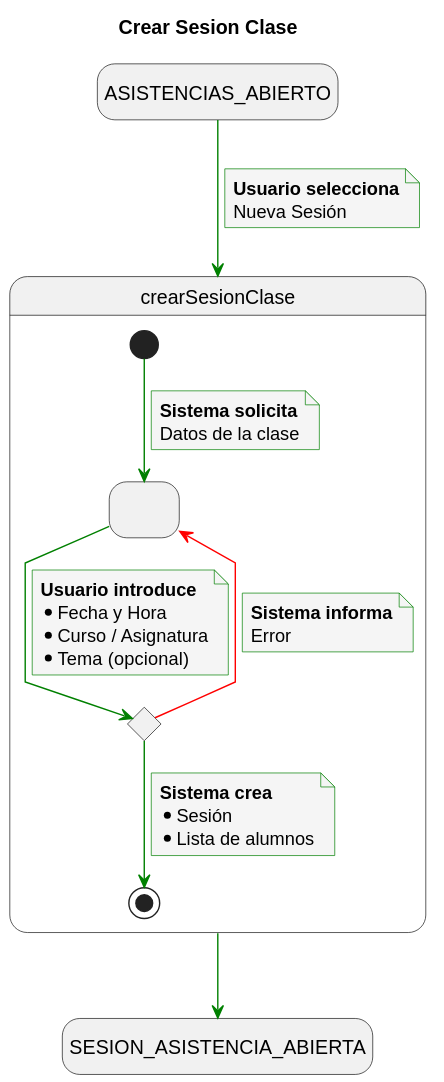
Above: documents/CasosDeUso/DetalladoCasosDeUso/Profesor/crearSesionClase.svg in enmabry/25-26-IdSw1-SdR (PlantUML), before the change.
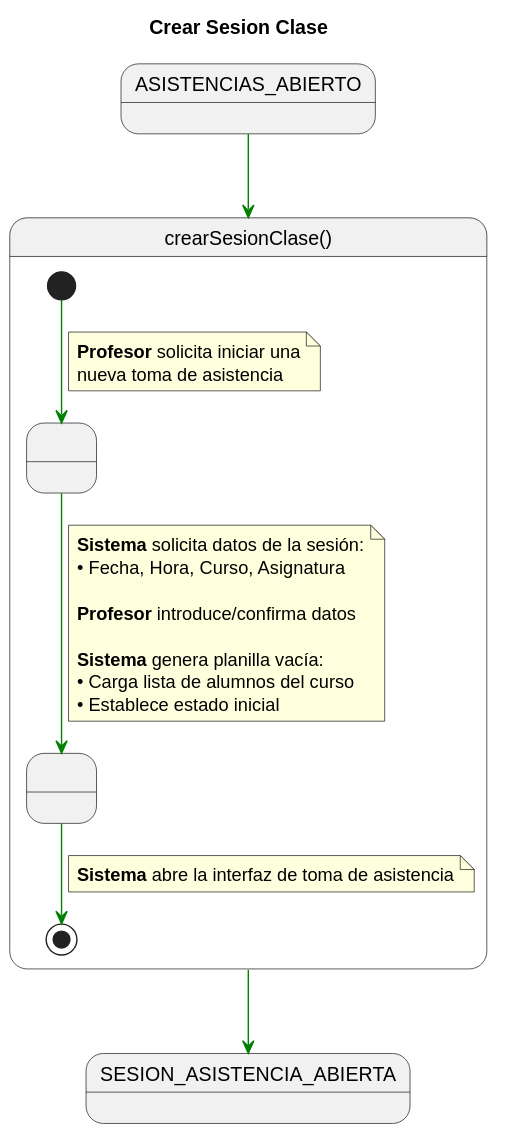
After the change.

What changed in the source:
```diff
@@ -1,55 +1,42 @@
 @startuml
 title Crear Sesion Clase
 
-skinparam {
-    NoteBackgroundColor #whiteSmoke
-    ArrowColor #green
-    NoteBorderColor #green
-    linetype polyline
+skinparam linetype polyline
+
+state ASISTENCIAS_ABIERTO_INICIAL as "ASISTENCIAS_ABIERTO"
+state SESION_ASISTENCIA_ABIERTA_FINAL as "SESION_ASISTENCIA_ABIERTA"
+
+ASISTENCIAS_ABIERTO_INICIAL -[#green]-> crearSesionClase
+
+state crearSesionClase as "crearSesionClase()" {
+
+    state " " as ConfigurandoSesion
+    state " " as SesionInicializada
+
+    [*] -[#green]-> ConfigurandoSesion
+    note on link
+    <b>Profesor</b> solicita iniciar una
+    nueva toma de asistencia
+    end note
+
+    ConfigurandoSesion -[#green]-> SesionInicializada
+    note on link
+    <b>Sistema</b> solicita datos de la sesión:
+    • Fecha, Hora, Curso, Asignatura
+
+    <b>Profesor</b> introduce/confirma datos
+
+    <b>Sistema</b> genera planilla vacía:
+    • Carga lista de alumnos del curso
+    • Establece estado inicial
+    end note
+
+    SesionInicializada -[#green]-> [*]
+    note on link
+    <b>Sistema</b> abre la interfaz de toma de asistencia
+    end note
+
 }
 
-hide empty description
-
-state startState as "ASISTENCIAS_ABIERTO"
-state endState as "SESION_ASISTENCIA_ABIERTA"
-
-startState --> crearSesionClase
-note on link
-    <b>Usuario selecciona</b>
-    Nueva Sesión
-end note
-
-state crearSesionClase {
-    state FormularioSesion as " "
-    state ValidarDatosSesion <<choice>>
-
-    [*] --> FormularioSesion
-    note on link
-        <b>Sistema solicita</b>
-        Datos de la clase
-    end note
-
-    FormularioSesion --> ValidarDatosSesion
-    note on link
-        <b>Usuario introduce</b>
-        * Fecha y Hora
-        * Curso / Asignatura
-        * Tema (opcional)
-    end note
-
-    ValidarDatosSesion -[#red]-> FormularioSesion
-    note on link
-        <b>Sistema informa</b>
-        Error
-    end note
-
-    ValidarDatosSesion --> [*]
-    note on link
-        <b>Sistema crea</b>
-        * Sesión
-        * Lista de alumnos
-    end note
-}
-
-crearSesionClase --> endState
+crearSesionClase -[#green]-> SESION_ASISTENCIA_ABIERTA_FINAL
 @enduml
```
